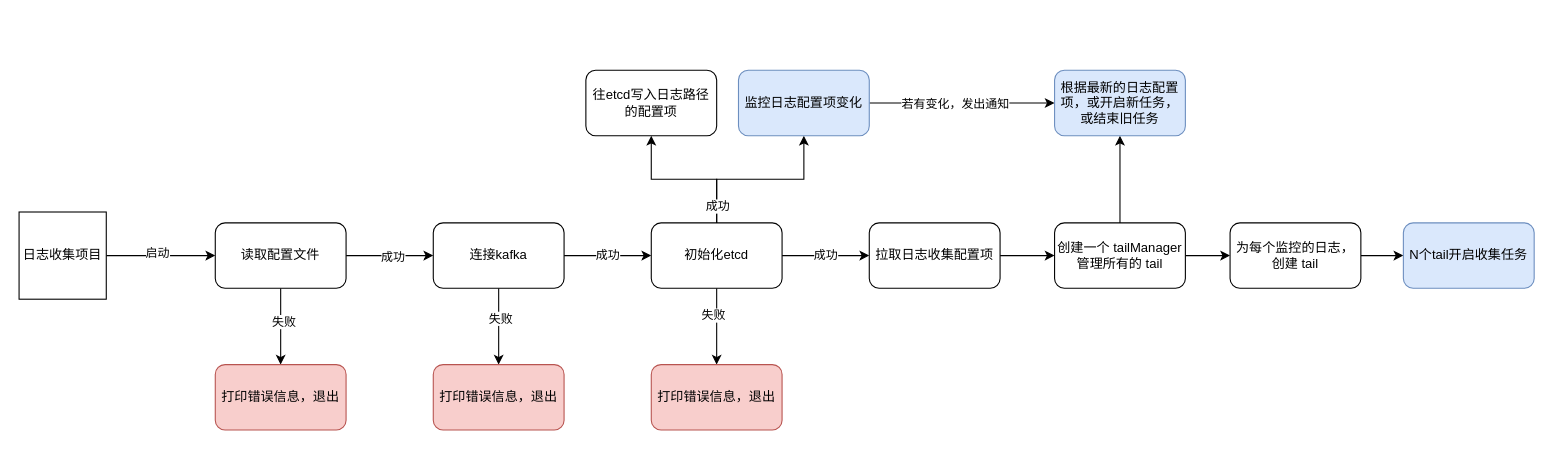
Earlier version of the draw.io diagram 日志收集项目.drawio (Jiexiang617/JXBasicLib). Source tidied: cells renumbered, new cells numbered last; positions are measured from the earlier drawing's top-left corner, leaving out a move shared by most shapes. Both pictures are drawn from the tidied source at 109%, with x=0, y=0 at pixel (19, 70).
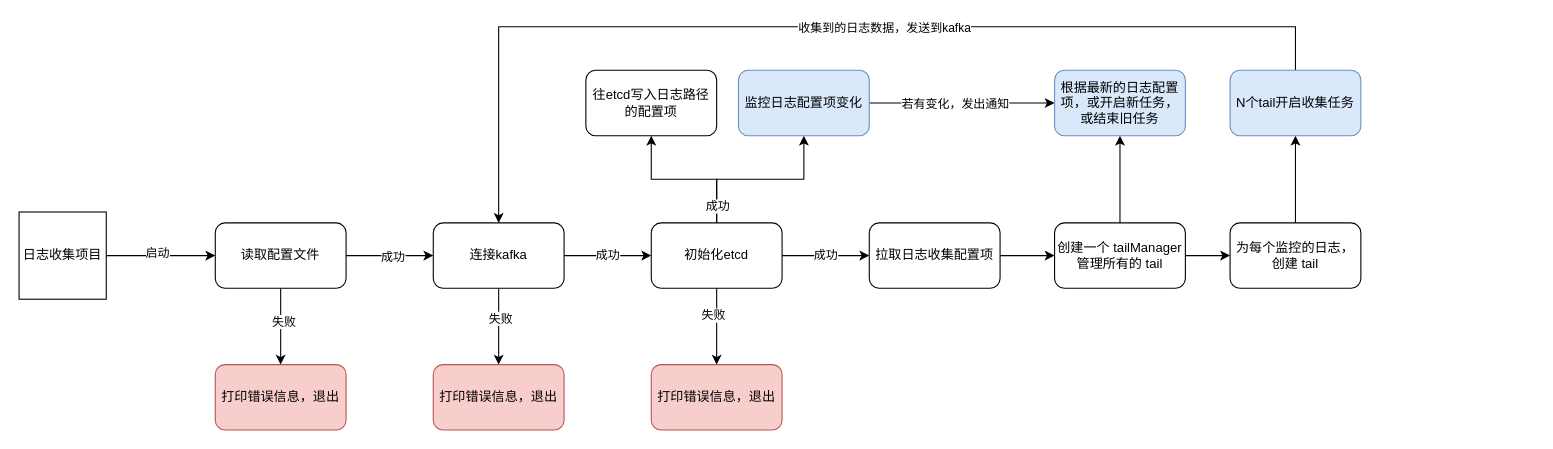
After the change.

Commit message:
Update 日志收集项目.drawio

Unchanged cells that the change refers to:
```xml
<mxCell id="12" value="连接kafka" style="rounded=1;whiteSpace=wrap;html=1;" parent="1" vertex="1">
  <mxGeometry x="380" y="140" width="120" height="60" as="geometry" />
</mxCell>
```

Change to the diagram source:
```diff
@@
+    <mxCell id="37" style="edgeStyle=orthogonalEdgeStyle;rounded=0;jettySize=auto;html=1;entryX=0.5;entryY=0;entryDx=0;entryDy=0;" parent="1" edge="1" source="36" target="12">
+      <mxGeometry relative="1" as="geometry">
+        <Array as="points">
+          <mxPoint x="1171" y="-40" />
+          <mxPoint x="440" y="-40" />
+        </Array>
+      </mxGeometry>
+    </mxCell>
+    <mxCell id="38" value="收集到的日志数据，发送到kafka" style="edgeLabel;html=1;align=center;verticalAlign=middle;" parent="37" vertex="1">
+      <mxGeometry x="-0.12" relative="1" as="geometry" />
+    </mxCell>
     <mxCell id="36" value="N个tail开启收集任务" style="rounded=1;whiteSpace=wrap;html=1;fillColor=#dae8fc;strokeColor=#6c8ebf;" parent="1" vertex="1">
-      <mxGeometry x="1270" y="140" width="120" height="60" as="geometry" />
+      <mxGeometry x="1111" width="120" height="60" as="geometry" />
     </mxCell>
```
